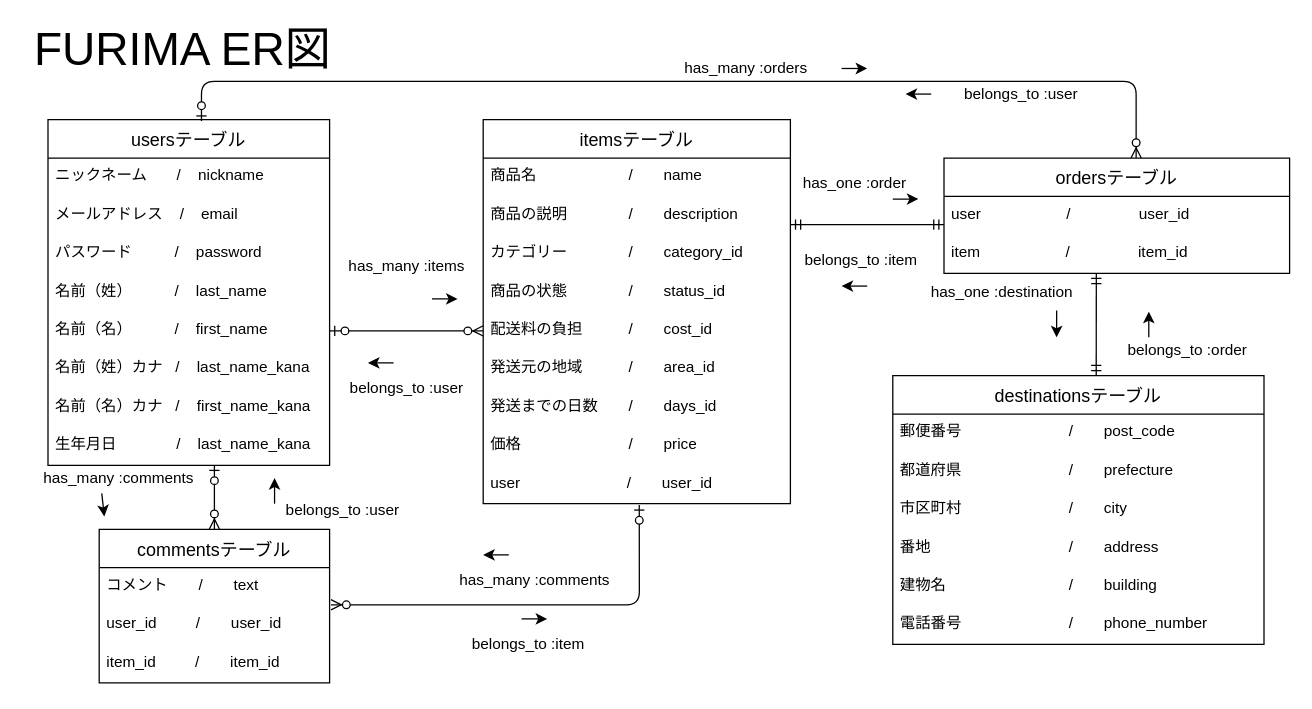
The draw.io diagram test.dio in UzTk4/furima-38183, before the edit. Source tidied: cells renumbered, new cells numbered last; positions are measured from the earlier drawing's top-left corner, leaving out a move shared by most shapes. Both pictures are drawn from the tidied source at 128%, with x=0, y=0 at pixel (22, 29).
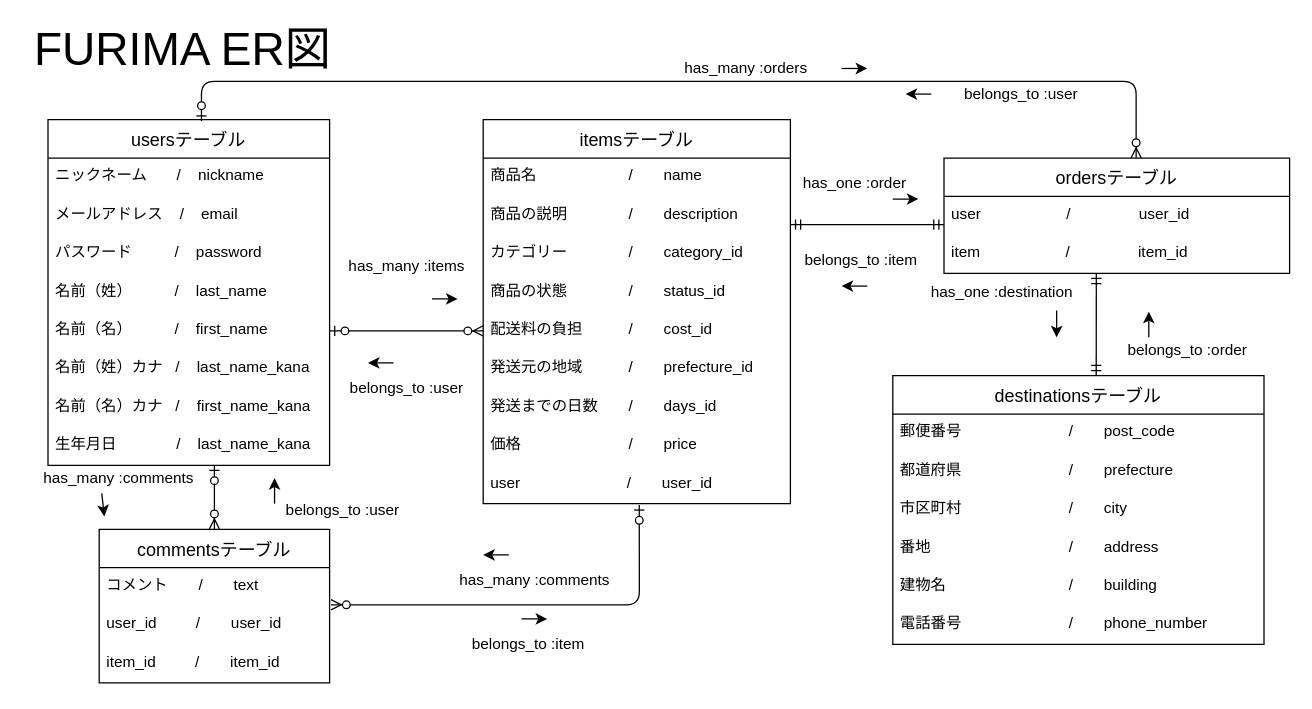
After the change.

Commit message (it also covers changes not shown here):
都道府県カラム名の統一

Unchanged cells that the change refers to:
```xml
<mxCell id="12" value="itemsテーブル" style="swimlane;fontStyle=0;horizontal=1;startSize=30;align=center;fontSize=14;" parent="1" vertex="1">
  <mxGeometry x="360" y="70" width="240" height="300" as="geometry" />
</mxCell>
```

The edit, as a diff of the source:
```diff
@@
-    <mxCell id="18" value="発送元の地域　　　/　　area_id" style="text;strokeColor=none;fillColor=none;spacingLeft=4;spacingRight=4;overflow=hidden;fontSize=12;" parent="12" vertex="1">
+    <mxCell id="18" value="発送元の地域　　　/　　prefecture_id" style="text;strokeColor=none;fillColor=none;spacingLeft=4;spacingRight=4;overflow=hidden;fontSize=12;" parent="12" vertex="1">
       <mxGeometry y="180" width="240" height="30" as="geometry" />
     </mxCell>
```
